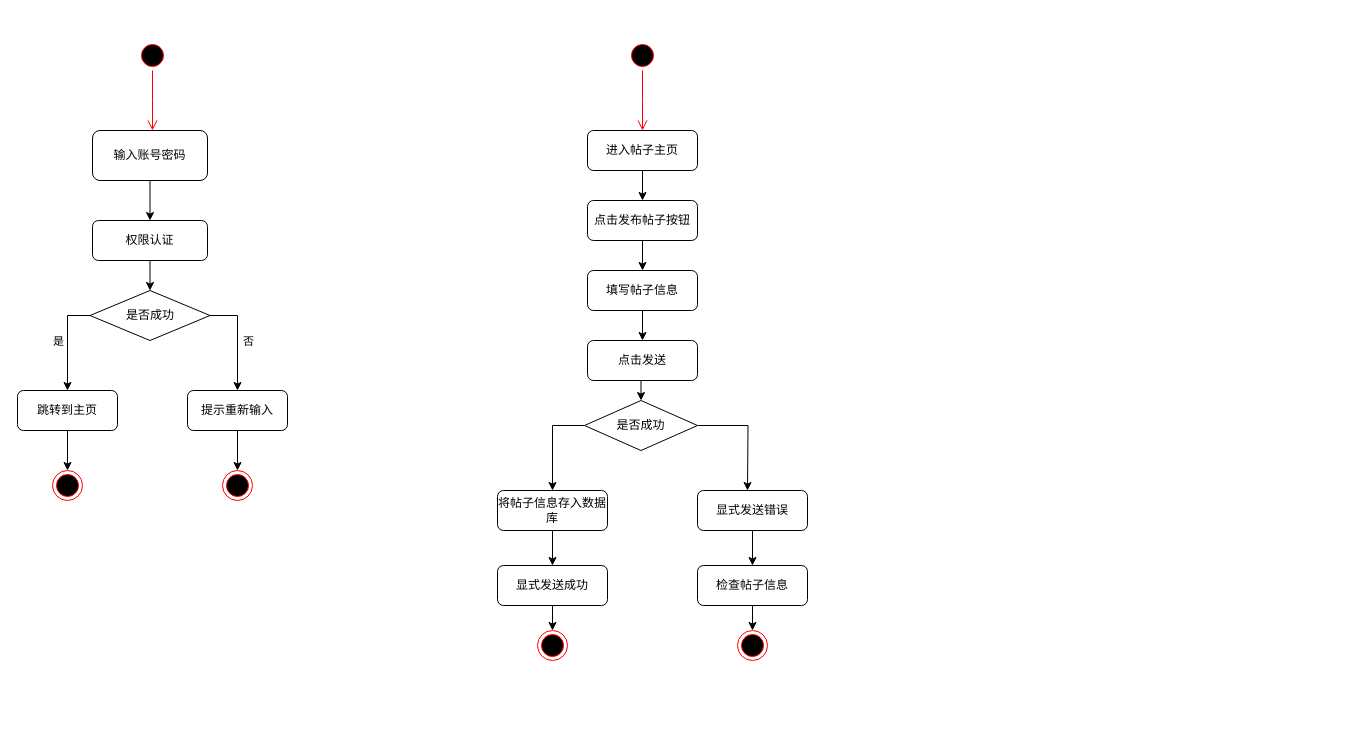
myjdml/drowio keeps this draw.io diagram as 毕业设计CQUPT/活动图.drawio. Above is the earlier version. Source tidied: cells renumbered, new cells numbered last; positions are measured from the earlier drawing's top-left corner, leaving out a move shared by most shapes. Both pictures are drawn from the tidied source at 100%, with x=0, y=0 at pixel (17, 40).
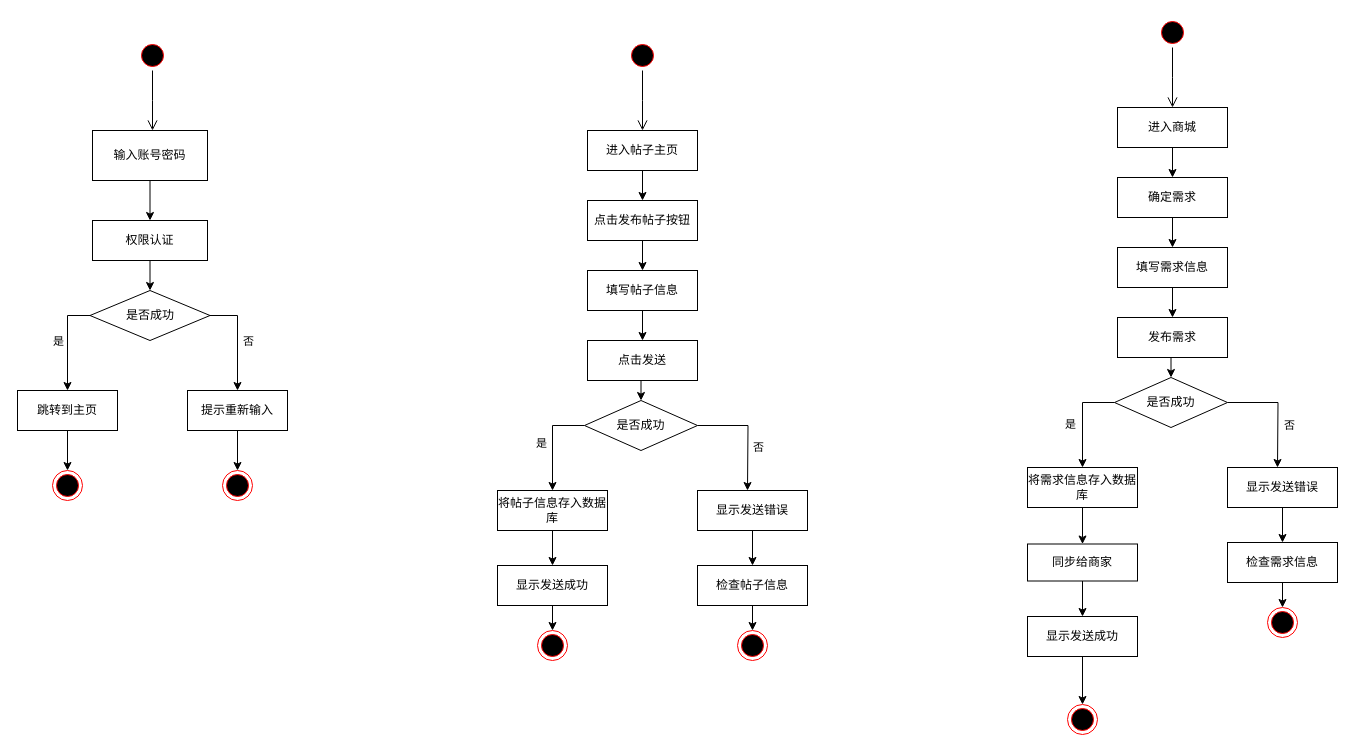
The same page after the edit.

Commit message:
更新活动图.drawio

The change refers to these unchanged cells:
```xml
<mxCell id="2" style="ellipse;html=1;shape=startState;fillColor=#000000;strokeColor=#ff0000;" parent="1" vertex="1">
  <mxGeometry x="120" width="30" height="30" as="geometry" />
</mxCell>
<mxCell id="19" style="ellipse;html=1;shape=startState;fillColor=#000000;strokeColor=#ff0000;" parent="1" vertex="1">
  <mxGeometry x="610" width="30" height="30" as="geometry" />
</mxCell>
<mxCell id="29" style="edgeStyle=orthogonalEdgeStyle;rounded=0;jettySize=auto;html=1;exitX=0;exitY=0.5;exitDx=0;exitDy=0;entryX=0.5;entryY=0;entryDx=0;entryDy=0;" parent="1" edge="1" source="31" target="33">
  <mxGeometry relative="1" as="geometry" />
</mxCell>
<mxCell id="30" style="edgeStyle=orthogonalEdgeStyle;rounded=0;jettySize=auto;html=1;" parent="1" edge="1" source="31">
  <mxGeometry relative="1" as="geometry">
    <mxPoint x="730" y="450" as="targetPoint" />
  </mxGeometry>
</mxCell>
```

Diff of the diagram source:
```diff
@@
-    <mxCell id="3" style="edgeStyle=orthogonalEdgeStyle;html=1;verticalAlign=bottom;endArrow=open;endSize=8;strokeColor=#ff0000;rounded=0;" parent="1" edge="1" source="2">
+    <mxCell id="3" style="edgeStyle=orthogonalEdgeStyle;html=1;verticalAlign=bottom;endArrow=open;endSize=8;strokeColor=#000000;rounded=0;" parent="1" edge="1" source="2">
       <mxGeometry relative="1" as="geometry">
         <mxPoint x="135" y="90" as="targetPoint" />
       </mxGeometry>
     </mxCell>
@@
-    <mxCell id="5" value="输入账号密码" style="rounded=1;whiteSpace=wrap;html=1;" parent="1" vertex="1">
+    <mxCell id="5" value="输入账号密码" style="rounded=0;whiteSpace=wrap;html=1;" parent="1" vertex="1">
       <mxGeometry x="75" y="90" width="115" height="50" as="geometry" />
     </mxCell>
@@
-    <mxCell id="7" value="权限认证" style="rounded=1;whiteSpace=wrap;html=1;" parent="1" vertex="1">
+    <mxCell id="7" value="权限认证" style="rounded=0;whiteSpace=wrap;html=1;" parent="1" vertex="1">
       <mxGeometry x="75" y="180" width="115" height="40" as="geometry" />
     </mxCell>
@@
-    <mxCell id="14" value="跳转到主页" style="rounded=1;whiteSpace=wrap;html=1;" parent="1" vertex="1">
+    <mxCell id="14" value="跳转到主页" style="rounded=0;whiteSpace=wrap;html=1;" parent="1" vertex="1">
       <mxGeometry y="350" width="100" height="40" as="geometry" />
     </mxCell>
@@
-    <mxCell id="16" value="提示重新输入" style="rounded=1;whiteSpace=wrap;html=1;" parent="1" vertex="1">
+    <mxCell id="16" value="提示重新输入" style="rounded=0;whiteSpace=wrap;html=1;" parent="1" vertex="1">
       <mxGeometry x="170" y="350" width="100" height="40" as="geometry" />
     </mxCell>
@@
-    <mxCell id="20" style="edgeStyle=orthogonalEdgeStyle;html=1;verticalAlign=bottom;endArrow=open;endSize=8;strokeColor=#ff0000;rounded=0;" parent="1" edge="1" source="19">
+    <mxCell id="20" style="edgeStyle=orthogonalEdgeStyle;html=1;verticalAlign=bottom;endArrow=open;endSize=8;strokeColor=#000000;rounded=0;" parent="1" edge="1" source="19">
       <mxGeometry relative="1" as="geometry">
         <mxPoint x="625" y="90" as="targetPoint" />
       </mxGeometry>
     </mxCell>
@@
-    <mxCell id="22" value="进入帖子主页" style="rounded=1;whiteSpace=wrap;html=1;" parent="1" vertex="1">
+    <mxCell id="22" value="进入帖子主页" style="rounded=0;whiteSpace=wrap;html=1;" parent="1" vertex="1">
       <mxGeometry x="570" y="90" width="110" height="40" as="geometry" />
     </mxCell>
@@
-    <mxCell id="24" value="点击发布帖子按钮" style="rounded=1;whiteSpace=wrap;html=1;" parent="1" vertex="1">
+    <mxCell id="24" value="点击发布帖子按钮" style="rounded=0;whiteSpace=wrap;html=1;" parent="1" vertex="1">
       <mxGeometry x="570" y="160" width="110" height="40" as="geometry" />
     </mxCell>
@@
-    <mxCell id="26" value="填写帖子信息" style="rounded=1;whiteSpace=wrap;html=1;" parent="1" vertex="1">
+    <mxCell id="26" value="填写帖子信息" style="rounded=0;whiteSpace=wrap;html=1;" parent="1" vertex="1">
       <mxGeometry x="570" y="230" width="110" height="40" as="geometry" />
     </mxCell>
@@
-    <mxCell id="28" value="点击发送" style="rounded=1;whiteSpace=wrap;html=1;" parent="1" vertex="1">
+    <mxCell id="28" value="点击发送" style="rounded=0;whiteSpace=wrap;html=1;" parent="1" vertex="1">
       <mxGeometry x="570" y="300" width="110" height="40" as="geometry" />
     </mxCell>
@@
+    <mxCell id="42" value="是" style="edgeLabel;html=1;align=center;verticalAlign=middle;" parent="29" vertex="1">
+      <mxGeometry x="0.01" relative="1" as="geometry">
+        <mxPoint x="-12" as="offset" />
+      </mxGeometry>
+    </mxCell>
@@
+    <mxCell id="43" value="否" style="edgeLabel;html=1;align=center;verticalAlign=middle;" parent="30" vertex="1">
+      <mxGeometry x="0.32" y="-1" relative="1" as="geometry">
+        <mxPoint x="11" y="-4" as="offset" />
+      </mxGeometry>
+    </mxCell>
@@
-    <mxCell id="33" value="将帖子信息存入数据库" style="rounded=1;whiteSpace=wrap;html=1;" parent="1" vertex="1">
+    <mxCell id="33" value="将帖子信息存入数据库" style="rounded=0;whiteSpace=wrap;html=1;" parent="1" vertex="1">
       <mxGeometry x="480" y="450" width="110" height="40" as="geometry" />
     </mxCell>
@@
-    <mxCell id="35" value="显式发送成功" style="rounded=1;whiteSpace=wrap;html=1;" parent="1" vertex="1">
+    <mxCell id="35" value="显示发送成功" style="rounded=0;whiteSpace=wrap;html=1;" parent="1" vertex="1">
       <mxGeometry x="480" y="525" width="110" height="40" as="geometry" />
     </mxCell>
@@
-    <mxCell id="37" value="显式发送错误" style="rounded=1;whiteSpace=wrap;html=1;" parent="1" vertex="1">
+    <mxCell id="37" value="显示发送错误" style="rounded=0;whiteSpace=wrap;html=1;" parent="1" vertex="1">
       <mxGeometry x="680" y="450" width="110" height="40" as="geometry" />
     </mxCell>
@@
-    <mxCell id="39" value="检查帖子信息" style="rounded=1;whiteSpace=wrap;html=1;" parent="1" vertex="1">
+    <mxCell id="39" value="检查帖子信息" style="rounded=0;whiteSpace=wrap;html=1;" parent="1" vertex="1">
       <mxGeometry x="680" y="525" width="110" height="40" as="geometry" />
     </mxCell>
@@
+    <mxCell id="44" style="ellipse;html=1;shape=startState;fillColor=#000000;strokeColor=#ff0000;" parent="1" vertex="1">
+      <mxGeometry x="1140" y="-23" width="30" height="30" as="geometry" />
+    </mxCell>
+    <mxCell id="45" style="edgeStyle=orthogonalEdgeStyle;html=1;verticalAlign=bottom;endArrow=open;endSize=8;strokeColor=#000000;rounded=0;" parent="1" edge="1" source="44">
+      <mxGeometry relative="1" as="geometry">
+        <mxPoint x="1155" y="67" as="targetPoint" />
+      </mxGeometry>
+    </mxCell>
+    <mxCell id="46" style="edgeStyle=orthogonalEdgeStyle;rounded=0;jettySize=auto;html=1;exitX=0.5;exitY=1;exitDx=0;exitDy=0;entryX=0.5;entryY=0;entryDx=0;entryDy=0;" parent="1" edge="1" source="47" target="49">
+      <mxGeometry relative="1" as="geometry" />
+    </mxCell>
+    <mxCell id="47" value="进入商城" style="rounded=0;whiteSpace=wrap;html=1;" parent="1" vertex="1">
+      <mxGeometry x="1100" y="67" width="110" height="40" as="geometry" />
+    </mxCell>
+    <mxCell id="48" style="edgeStyle=orthogonalEdgeStyle;rounded=0;jettySize=auto;html=1;exitX=0.5;exitY=1;exitDx=0;exitDy=0;entryX=0.5;entryY=0;entryDx=0;entryDy=0;" parent="1" edge="1" source="49" target="51">
+      <mxGeometry relative="1" as="geometry" />
+    </mxCell>
+    <mxCell id="49" value="确定需求" style="rounded=0;whiteSpace=wrap;html=1;" parent="1" vertex="1">
+      <mxGeometry x="1100" y="137" width="110" height="40" as="geometry" />
+    </mxCell>
+    <mxCell id="50" style="edgeStyle=orthogonalEdgeStyle;rounded=0;jettySize=auto;html=1;exitX=0.5;exitY=1;exitDx=0;exitDy=0;entryX=0.5;entryY=0;entryDx=0;entryDy=0;" parent="1" edge="1" source="51" target="53">
+      <mxGeometry relative="1" as="geometry" />
+    </mxCell>
+    <mxCell id="51" value="填写需求信息" style="rounded=0;whiteSpace=wrap;html=1;" parent="1" vertex="1">
+      <mxGeometry x="1100" y="207" width="110" height="40" as="geometry" />
+    </mxCell>
+    <mxCell id="52" style="edgeStyle=orthogonalEdgeStyle;rounded=0;jettySize=auto;html=1;exitX=0.5;exitY=1;exitDx=0;exitDy=0;entryX=0.5;entryY=0;entryDx=0;entryDy=0;" parent="1" edge="1" source="53" target="58">
+      <mxGeometry relative="1" as="geometry" />
+    </mxCell>
+    <mxCell id="53" value="发布需求" style="rounded=0;whiteSpace=wrap;html=1;" parent="1" vertex="1">
+      <mxGeometry x="1100" y="277" width="110" height="40" as="geometry" />
+    </mxCell>
+    <mxCell id="54" style="edgeStyle=orthogonalEdgeStyle;rounded=0;jettySize=auto;html=1;exitX=0;exitY=0.5;exitDx=0;exitDy=0;entryX=0.5;entryY=0;entryDx=0;entryDy=0;" parent="1" edge="1" source="58" target="60">
+      <mxGeometry relative="1" as="geometry" />
+    </mxCell>
+    <mxCell id="55" value="是" style="edgeLabel;html=1;align=center;verticalAlign=middle;" parent="54" vertex="1">
+      <mxGeometry x="0.13" y="1" relative="1" as="geometry">
+        <mxPoint x="-14" y="-2" as="offset" />
+      </mxGeometry>
+    </mxCell>
+    <mxCell id="56" style="edgeStyle=orthogonalEdgeStyle;rounded=0;jettySize=auto;html=1;" parent="1" edge="1" source="58">
+      <mxGeometry relative="1" as="geometry">
+        <mxPoint x="1260" y="427" as="targetPoint" />
+      </mxGeometry>
+    </mxCell>
+    <mxCell id="57" value="否" style="edgeLabel;html=1;align=center;verticalAlign=middle;" parent="56" vertex="1">
+      <mxGeometry x="0.32" y="1" relative="1" as="geometry">
+        <mxPoint x="10" y="-3" as="offset" />
+      </mxGeometry>
+    </mxCell>
+    <mxCell id="58" value="是否成功" style="rhombus;whiteSpace=wrap;html=1;" parent="1" vertex="1">
+      <mxGeometry x="1097" y="337" width="113" height="50" as="geometry" />
+    </mxCell>
+    <mxCell id="59" style="edgeStyle=orthogonalEdgeStyle;rounded=0;jettySize=auto;html=1;exitX=0.5;exitY=1;exitDx=0;exitDy=0;entryX=0.5;entryY=0;entryDx=0;entryDy=0;" parent="1" edge="1" source="60" target="70">
+      <mxGeometry relative="1" as="geometry" />
+    </mxCell>
+    <mxCell id="60" value="将需求信息存入数据库" style="rounded=0;whiteSpace=wrap;html=1;" parent="1" vertex="1">
+      <mxGeometry x="1010" y="427" width="110" height="40" as="geometry" />
+    </mxCell>
+    <mxCell id="61" style="edgeStyle=orthogonalEdgeStyle;rounded=0;jettySize=auto;html=1;exitX=0.5;exitY=1;exitDx=0;exitDy=0;entryX=0.5;entryY=0;entryDx=0;entryDy=0;" parent="1" edge="1" source="62" target="67">
+      <mxGeometry relative="1" as="geometry" />
+    </mxCell>
+    <mxCell id="62" value="显示发送成功" style="rounded=0;whiteSpace=wrap;html=1;" parent="1" vertex="1">
+      <mxGeometry x="1010" y="576" width="110" height="40" as="geometry" />
+    </mxCell>
+    <mxCell id="63" style="edgeStyle=orthogonalEdgeStyle;rounded=0;jettySize=auto;html=1;exitX=0.5;exitY=1;exitDx=0;exitDy=0;entryX=0.5;entryY=0;entryDx=0;entryDy=0;" parent="1" edge="1" source="64" target="66">
+      <mxGeometry relative="1" as="geometry" />
+    </mxCell>
+    <mxCell id="64" value="显示发送错误" style="rounded=0;whiteSpace=wrap;html=1;" parent="1" vertex="1">
+      <mxGeometry x="1210" y="427" width="110" height="40" as="geometry" />
+    </mxCell>
+    <mxCell id="65" style="edgeStyle=orthogonalEdgeStyle;rounded=0;jettySize=auto;html=1;exitX=0.5;exitY=1;exitDx=0;exitDy=0;entryX=0.5;entryY=0;entryDx=0;entryDy=0;" parent="1" edge="1" source="66" target="68">
+      <mxGeometry relative="1" as="geometry" />
+    </mxCell>
+    <mxCell id="66" value="检查需求信息" style="rounded=0;whiteSpace=wrap;html=1;" parent="1" vertex="1">
+      <mxGeometry x="1210" y="502" width="110" height="40" as="geometry" />
+    </mxCell>
+    <mxCell id="67" style="ellipse;html=1;shape=endState;fillColor=#000000;strokeColor=#ff0000;" parent="1" vertex="1">
+      <mxGeometry x="1050" y="664" width="30" height="30" as="geometry" />
+    </mxCell>
+    <mxCell id="68" style="ellipse;html=1;shape=endState;fillColor=#000000;strokeColor=#ff0000;" parent="1" vertex="1">
+      <mxGeometry x="1250" y="567" width="30" height="30" as="geometry" />
+    </mxCell>
+    <mxCell id="69" style="edgeStyle=orthogonalEdgeStyle;rounded=0;jettySize=auto;html=1;exitX=0.5;exitY=1;exitDx=0;exitDy=0;entryX=0.5;entryY=0;entryDx=0;entryDy=0;" parent="1" edge="1" source="70" target="62">
+      <mxGeometry relative="1" as="geometry" />
+    </mxCell>
+    <mxCell id="70" value="同步给商家" style="rounded=0;whiteSpace=wrap;html=1;" parent="1" vertex="1">
+      <mxGeometry x="1010" y="503.5" width="110" height="37" as="geometry" />
+    </mxCell>
```
